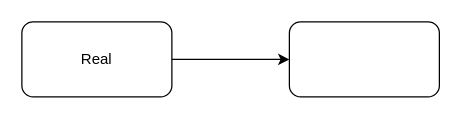
This is 1_Journey/1.3.1.journey.drawio from rifaterdemsahin/grafana-dashboard, a draw.io file, before an edit. Source tidied: cells renumbered, new cells numbered last; positions are measured from the earlier drawing's top-left corner, leaving out a move shared by most shapes. Both pictures are drawn from the tidied source at 125%, with x=0, y=0 at pixel (21, 21).
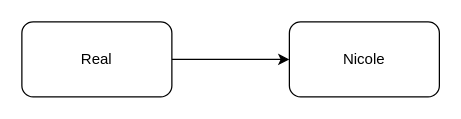
Above is the later version.

The edit, as a diff of the source:
```diff
@@
 <mxGraphModel>
   <root>
     <mxCell id="0" />
     <mxCell id="1" parent="0" />
     <mxCell id="2" style="edgeStyle=orthogonalEdgeStyle;rounded=0;jettySize=auto;html=1;" parent="1" edge="1" source="3" target="4">
       <mxGeometry relative="1" as="geometry" />
     </mxCell>
     <mxCell id="3" value="Real" style="rounded=1;whiteSpace=wrap;html=1;" parent="1" vertex="1">
       <mxGeometry width="120" height="60" as="geometry" />
     </mxCell>
-    <mxCell id="4" style="rounded=1;whiteSpace=wrap;html=1;" parent="1" vertex="1">
+    <mxCell id="4" value="Nicole" style="rounded=1;whiteSpace=wrap;html=1;" parent="1" vertex="1">
       <mxGeometry x="214" width="120" height="60" as="geometry" />
     </mxCell>
   </root>
 </mxGraphModel>
```
